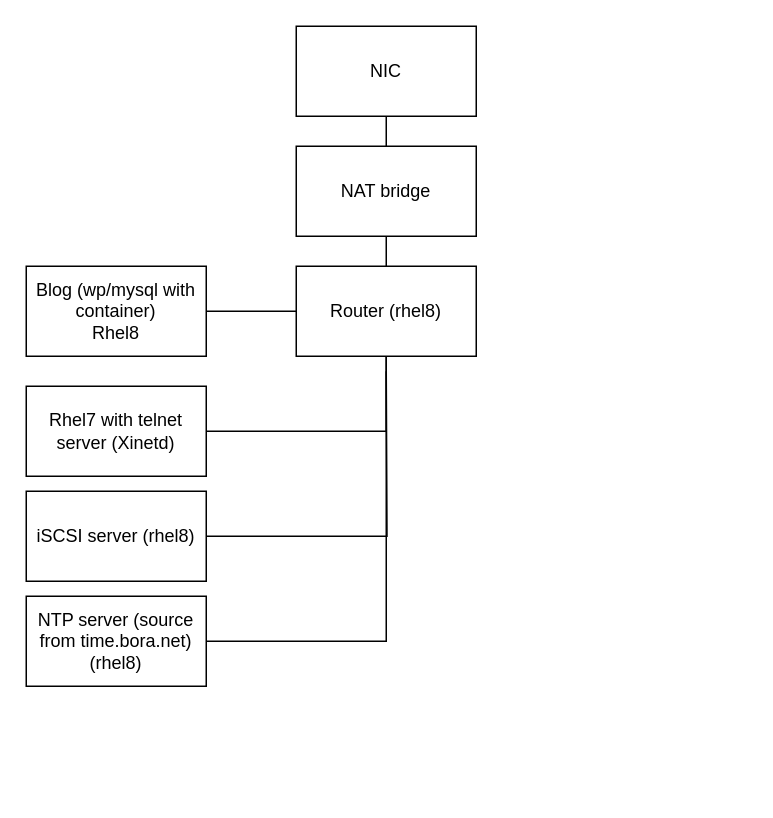
Above: 230227_1.drawio in yokikim/Report-resource-linux (draw.io), before the change. Source tidied: cells renumbered, new cells numbered last; positions are measured from the earlier drawing's top-left corner, leaving out a move shared by most shapes. Both pictures are drawn from the tidied source at 150%, with x=0, y=0 at pixel (26, 26).
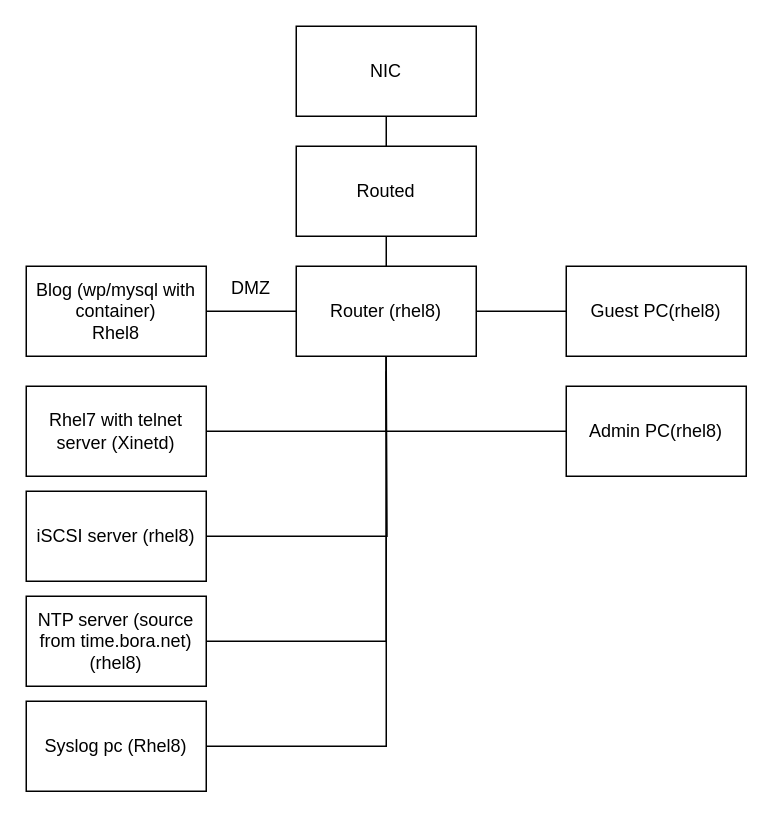
Above is the later version.

The change refers to these unchanged cells:
```xml
<mxCell id="7" value="Router (rhel8)" style="rounded=0;whiteSpace=wrap;html=1;" parent="1" vertex="1">
  <mxGeometry x="180" y="160" width="120" height="60" as="geometry" />
</mxCell>
```

Diff of the diagram source:
```diff
@@
-    <mxCell id="5" value="NAT bridge" style="rounded=0;whiteSpace=wrap;html=1;" parent="1" vertex="1">
+    <mxCell id="5" value="Routed" style="rounded=0;whiteSpace=wrap;html=1;" parent="1" vertex="1">
       <mxGeometry x="180" y="80" width="120" height="60" as="geometry" />
     </mxCell>
@@
+    <mxCell id="15" value="DMZ" style="text;html=1;strokeColor=none;fillColor=none;align=center;verticalAlign=middle;whiteSpace=wrap;rounded=0;" parent="1" vertex="1">
+      <mxGeometry x="120" y="160" width="60" height="30" as="geometry" />
+    </mxCell>
+    <mxCell id="16" style="edgeStyle=orthogonalEdgeStyle;rounded=0;jettySize=auto;html=1;entryX=1;entryY=0.5;entryDx=0;entryDy=0;endArrow=none;endFill=0;" parent="1" edge="1" source="17" target="7">
+      <mxGeometry relative="1" as="geometry" />
+    </mxCell>
+    <mxCell id="17" value="Guest PC(rhel8)" style="rounded=0;whiteSpace=wrap;html=1;" parent="1" vertex="1">
+      <mxGeometry x="360" y="160" width="120" height="60" as="geometry" />
+    </mxCell>
+    <mxCell id="18" style="edgeStyle=orthogonalEdgeStyle;rounded=0;jettySize=auto;html=1;entryX=0.5;entryY=1;entryDx=0;entryDy=0;endArrow=none;endFill=0;" parent="1" edge="1" source="19" target="7">
+      <mxGeometry relative="1" as="geometry" />
+    </mxCell>
+    <mxCell id="19" value="Syslog pc (Rhel8)" style="rounded=0;whiteSpace=wrap;html=1;" parent="1" vertex="1">
+      <mxGeometry y="450" width="120" height="60" as="geometry" />
+    </mxCell>
+    <mxCell id="20" style="edgeStyle=orthogonalEdgeStyle;rounded=0;jettySize=auto;html=1;endArrow=none;endFill=0;" parent="1" edge="1" source="21">
+      <mxGeometry relative="1" as="geometry">
+        <mxPoint x="240" y="270" as="targetPoint" />
+      </mxGeometry>
+    </mxCell>
+    <mxCell id="21" value="Admin PC(rhel8)" style="rounded=0;whiteSpace=wrap;html=1;" parent="1" vertex="1">
+      <mxGeometry x="360" y="240" width="120" height="60" as="geometry" />
+    </mxCell>
```
